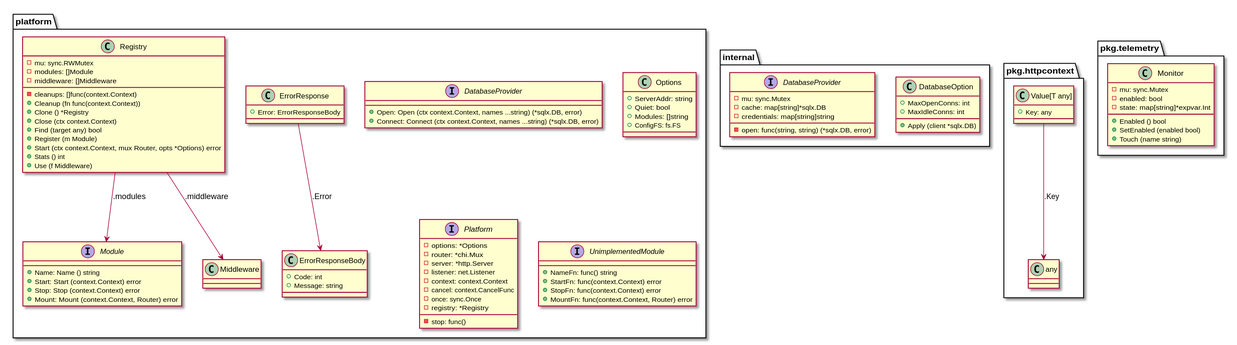
This is docs/structure.svg from titpetric/platform, a PlantUML export, as it was before one commit.
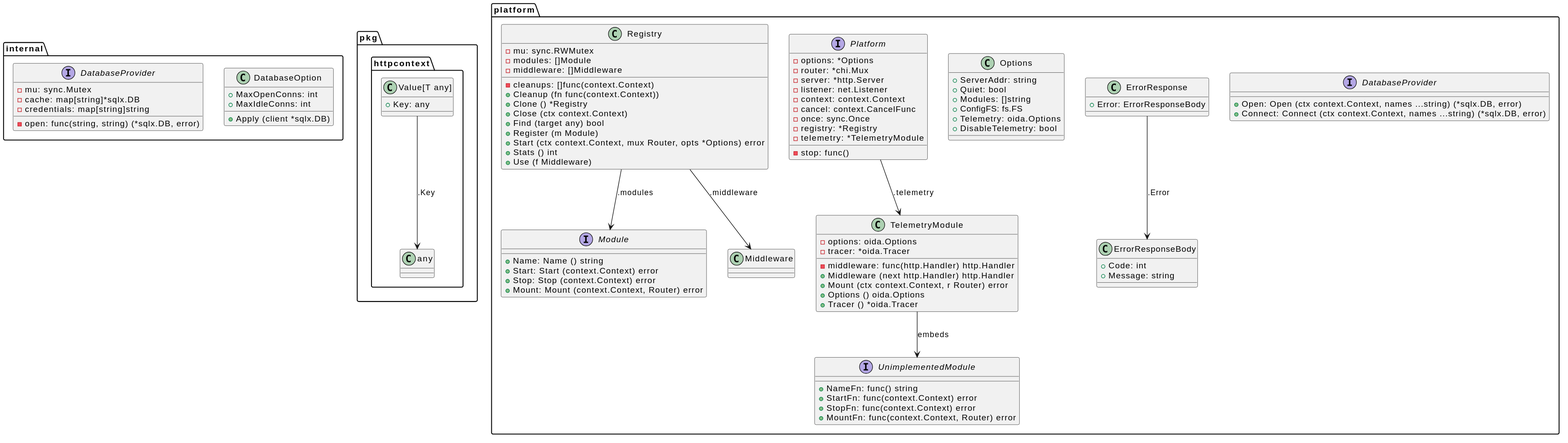
Above is the later version.

What changed in the source:
```diff
@@ -1,5 +1,4 @@
 @startuml
-
 class "internal.DatabaseOption" {
   + MaxOpenConns: int
   + MaxIdleConns: int
@@ -15,15 +14,6 @@
 
 class "pkg.httpcontext.Value[T any]" {
   + Key: any
-}
-
-class "pkg.telemetry.Monitor" {
-  - mu: sync.Mutex
-  - enabled: bool
-  - state: map[string]*expvar.Int
-  + Enabled () bool
-  + SetEnabled (enabled bool)
-  + Touch (name string)
 }
 
 interface "platform.DatabaseProvider" {
@@ -52,6 +42,8 @@
   + Quiet: bool
   + Modules: []string
   + ConfigFS: fs.FS
+  + Telemetry: oida.Options
+  + DisableTelemetry: bool
 }
 
 interface "platform.Platform" {
@@ -64,6 +56,7 @@
   - stop: func()
   - once: sync.Once
   - registry: *Registry
+  - telemetry: *TelemetryModule
 }
 
 class "platform.Registry" {
@@ -79,6 +72,16 @@
   + Start (ctx context.Context, mux Router, opts *Options) error
   + Stats () int
   + Use (f Middleware)
+}
+
+class "platform.TelemetryModule" {
+  - options: oida.Options
+  - tracer: *oida.Tracer
+  - middleware: func(http.Handler) http.Handler
+  + Middleware (next http.Handler) http.Handler
+  + Mount (ctx context.Context, r Router) error
+  + Options () oida.Options
+  + Tracer () *oida.Tracer
 }
 
 interface "platform.UnimplementedModule" {
@@ -100,9 +103,9 @@
 
 
 
+"platform.Platform" --> "platform.TelemetryModule" : .telemetry
+"platform.TelemetryModule" --> "platform.UnimplementedModule" : embeds
+
 "platform.Registry" --> "platform.Module" : .modules
 "platform.Registry" --> "platform.Middleware" : .middleware
-
-
-
 @enduml
```
